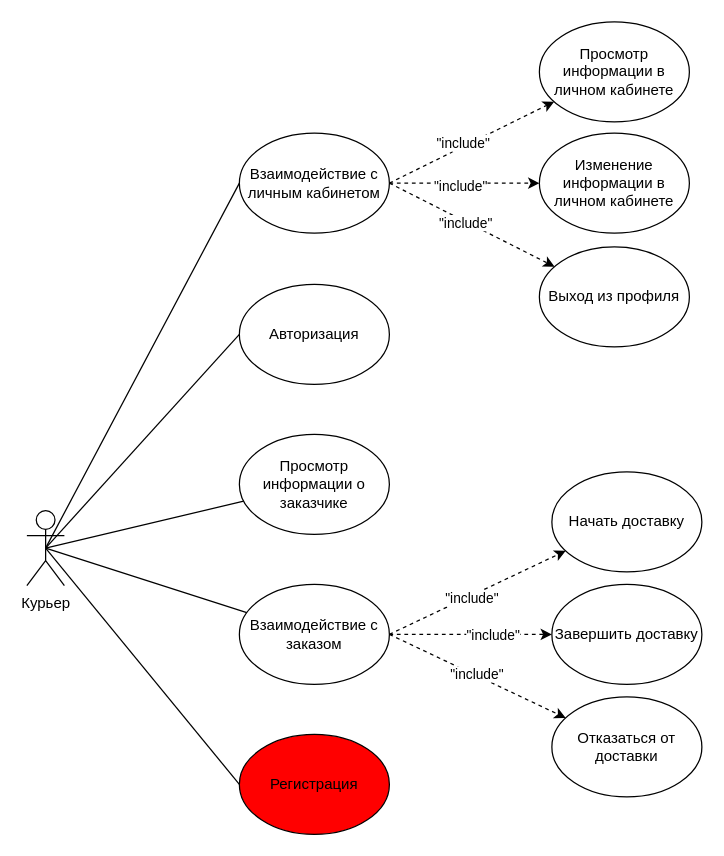
This is page "Курьер" (3 of 4) of Документация/Cозданные диаграммы/useCase.drawio from TP-4-4/PurrfectBites, a draw.io file, before an edit. Source tidied: cells renumbered, new cells numbered last; positions are measured from the earlier drawing's top-left corner, leaving out a move shared by most shapes. Both pictures are drawn from the tidied source at 125%, with x=0, y=0 at pixel (26, 21).
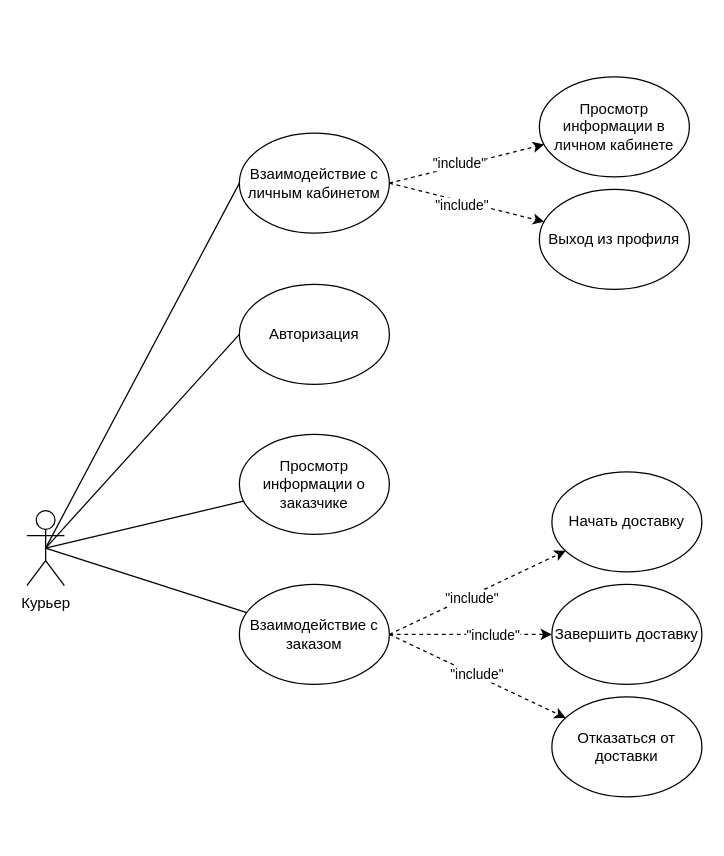
The same diagram, later.

Unchanged cells that the change refers to:
```xml
<mxCell id="4" value="Курьер" style="shape=umlActor;verticalLabelPosition=bottom;verticalAlign=top;html=1;outlineConnect=0;" parent="1" vertex="1">
  <mxGeometry y="391" width="30" height="60" as="geometry" />
</mxCell>
<mxCell id="28" value="Взаимодействие с личным кабинетом" style="ellipse;whiteSpace=wrap;html=1;" parent="1" vertex="1">
  <mxGeometry x="170" y="89" width="120" height="80" as="geometry" />
</mxCell>
```

Diff of the diagram source:
```diff
@@
-    <mxCell id="18" style="rounded=0;jettySize=auto;html=1;exitX=0;exitY=0.5;exitDx=0;exitDy=0;endArrow=none;endFill=0;entryX=0.5;entryY=0.5;entryDx=0;entryDy=0;entryPerimeter=0;" parent="1" edge="1" source="19" target="4">
-      <mxGeometry relative="1" as="geometry" />
-    </mxCell>
-    <mxCell id="19" value="Регистрация" style="ellipse;whiteSpace=wrap;html=1;fillColor=#FF0000;" parent="1" vertex="1">
-      <mxGeometry x="170" y="570" width="120" height="80" as="geometry" />
-    </mxCell>
@@
-    <mxCell id="23" style="rounded=0;jettySize=auto;html=1;exitX=1;exitY=0.5;exitDx=0;exitDy=0;dashed=1;" parent="1" edge="1" source="28" target="30">
-      <mxGeometry relative="1" as="geometry" />
-    </mxCell>
-    <mxCell id="24" value="&quot;include&quot;" style="edgeLabel;html=1;align=center;verticalAlign=middle;" parent="23" vertex="1">
-      <mxGeometry x="-0.06" y="-2" relative="1" as="geometry" />
-    </mxCell>
@@
     <mxCell id="29" value="Просмотр информации в личном кабинете" style="ellipse;whiteSpace=wrap;html=1;" parent="1" vertex="1">
-      <mxGeometry x="410" width="120" height="80" as="geometry" />
+      <mxGeometry x="410" y="44" width="120" height="80" as="geometry" />
     </mxCell>
-    <mxCell id="30" value="Изменение информации в личном кабинете" style="ellipse;whiteSpace=wrap;html=1;" parent="1" vertex="1">
-      <mxGeometry x="410" y="89" width="120" height="80" as="geometry" />
-    </mxCell>
     <mxCell id="31" value="Выход из профиля" style="ellipse;whiteSpace=wrap;html=1;" parent="1" vertex="1">
-      <mxGeometry x="410" y="180" width="120" height="80" as="geometry" />
+      <mxGeometry x="410" y="134" width="120" height="80" as="geometry" />
     </mxCell>
```
